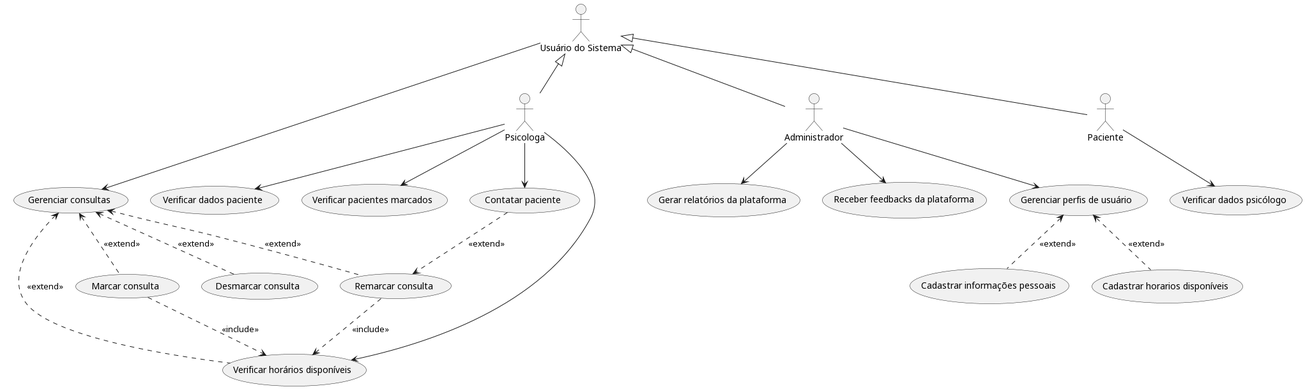
Earlier version of the PlantUML export out/casosuso/casosuso.png (catarinamoreiralima/apoo).
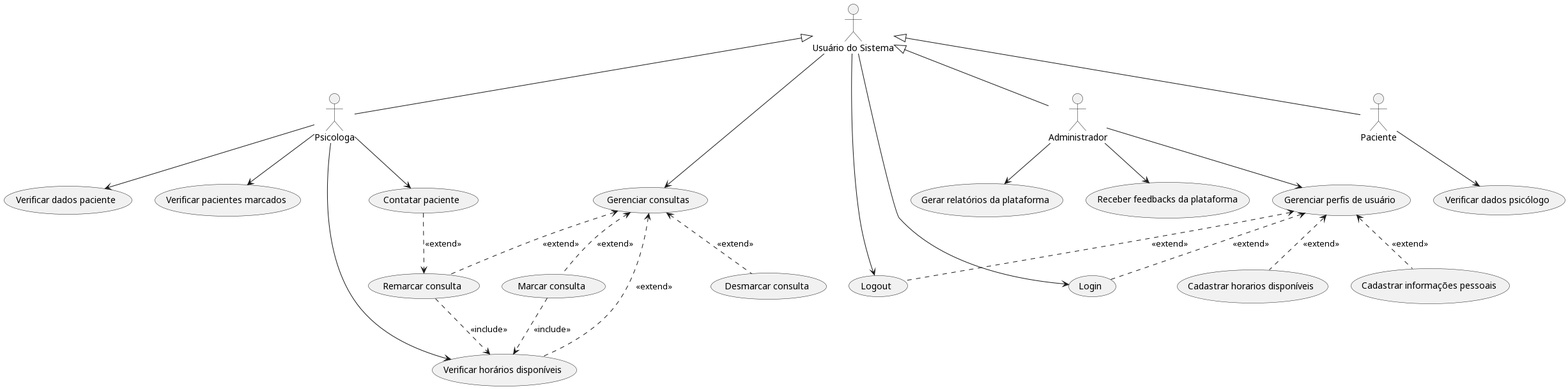
Later version of the same file.

Commit message:
login logout diagramas

What changed in the source:
```diff
@@ -14,6 +14,10 @@
 "Verificar dados paciente" as (verificarPaciente)
 "Verificar pacientes marcados" as (verificarMarcados)
 "Cadastrar horarios disponíveis" as (hor)
+"Login" as (login)
+"Logout" as (logout)
+
+
 
 admin --> (Gerar relatórios da plataforma)
 admin --> (Receber feedbacks da plataforma)
@@ -21,6 +25,8 @@
 
 (Gerenciar perfis de usuário) <.. (cad): <<extend>>
 (Gerenciar perfis de usuário) <.. (hor): <<extend>>
+(Gerenciar perfis de usuário) <.. (login): <<extend>>
+(Gerenciar perfis de usuário) <.. (logout): <<extend>>
 
 user <|-- psi
 user <|-- paci
@@ -30,6 +36,8 @@
 
 (gerenciarConsultas) <-u- user
 
+user --> (login)
+user --> (logout)
 
 (rem) .u.> (gerenciarConsultas) : <<extend>>
 (desm) .u.> (gerenciarConsultas) : <<extend>>
```
